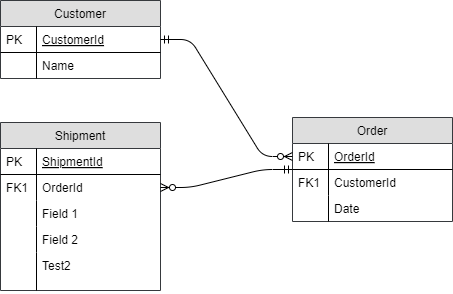
This is schema.png from AndyGumdong/TodoList, a draw.io export, as it was before one commit. Source tidied: cells renumbered, new cells last; positions are measured from the earlier drawing's top-left corner, leaving out a move shared by most shapes.
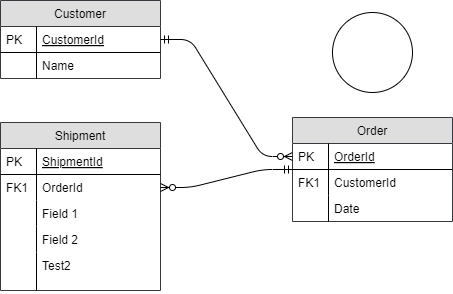
The same file after the commit.

Diff of the diagram source:
```diff
@@ -77,5 +77,8 @@
     <mxCell id="26" style="edgeStyle=entityRelationEdgeStyle;endArrow=ERzeroToMany;startArrow=ERmandOne;shadow=0;strokeWidth=1;" parent="1" edge="1" source="7" target="18">
       <mxGeometry relative="1" as="geometry" />
     </mxCell>
+    <mxCell id="27" style="ellipse;whiteSpace=wrap;html=1;" parent="1" vertex="1">
+      <mxGeometry x="332" y="12" width="80" height="80" as="geometry" />
+    </mxCell>
   </root>
 </mxGraphModel>
```
